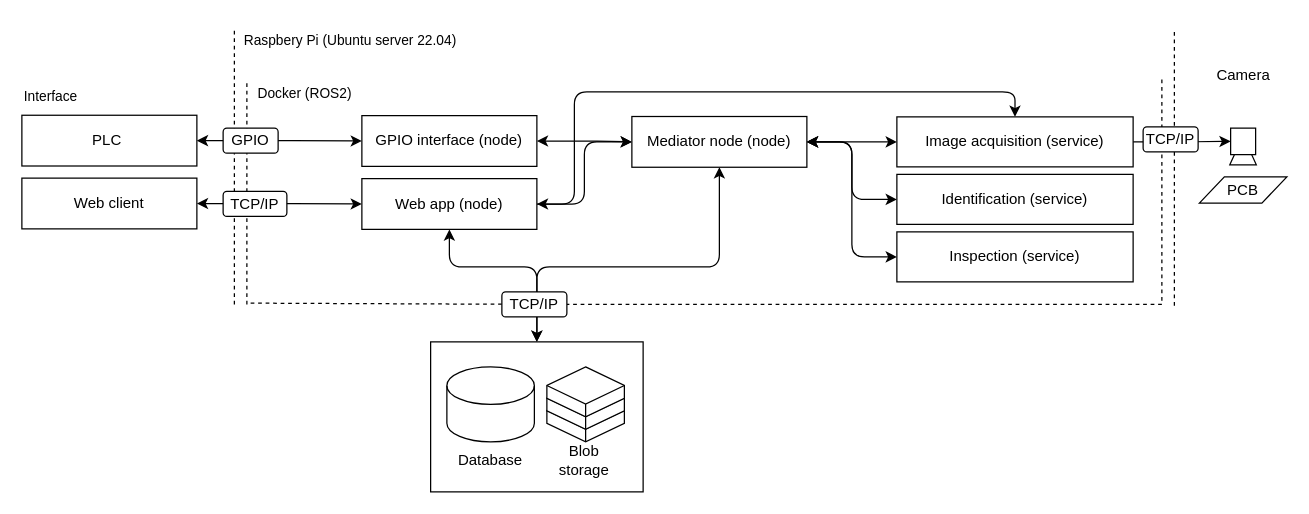
Edson-source/open-aoi keeps this draw.io diagram as page "System architecture overview" (1 of 8) of design.drawio. Above is the earlier version. Source tidied: cells renumbered, new cells numbered last; positions are measured from the earlier drawing's top-left corner, leaving out a move shared by most shapes. Both pictures are drawn from the tidied source at 125%, with x=0, y=0 at pixel (21, 21).
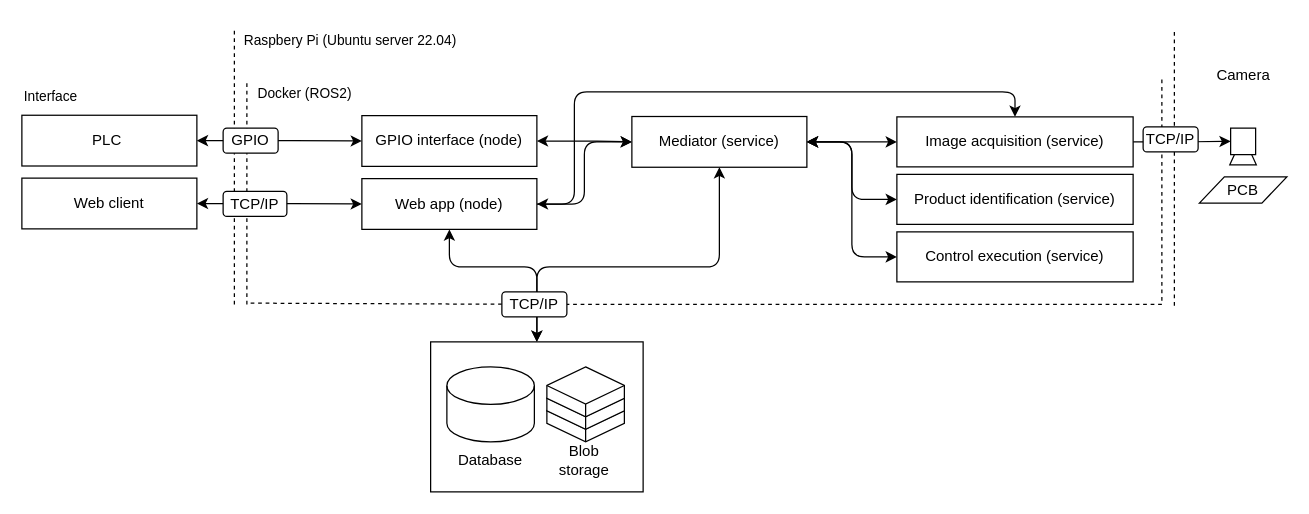
After the change.

Diff of the diagram source:
```diff
@@
-    <mxCell id="6" value="Inspection (service)" style="rounded=0;whiteSpace=wrap;html=1;fillColor=default;" parent="1" vertex="1">
+    <mxCell id="6" value="Control execution (service)" style="rounded=0;whiteSpace=wrap;html=1;fillColor=default;" parent="1" vertex="1">
       <mxGeometry x="700" y="168" width="189" height="40" as="geometry" />
     </mxCell>
@@
-    <mxCell id="22" value="Identification (service)" style="rounded=0;whiteSpace=wrap;html=1;fillColor=default;" parent="1" vertex="1">
+    <mxCell id="22" value="Product identification (service)" style="rounded=0;whiteSpace=wrap;html=1;fillColor=default;" parent="1" vertex="1">
       <mxGeometry x="700" y="122" width="189" height="40" as="geometry" />
     </mxCell>
@@
-    <mxCell id="46" value="Mediator node (node)" style="rounded=0;whiteSpace=wrap;html=1;fillColor=default;" parent="1" vertex="1">
+    <mxCell id="46" value="Mediator (service)" style="rounded=0;whiteSpace=wrap;html=1;fillColor=default;" parent="1" vertex="1">
       <mxGeometry x="488" y="75.7" width="140" height="40.6" as="geometry" />
     </mxCell>
```
